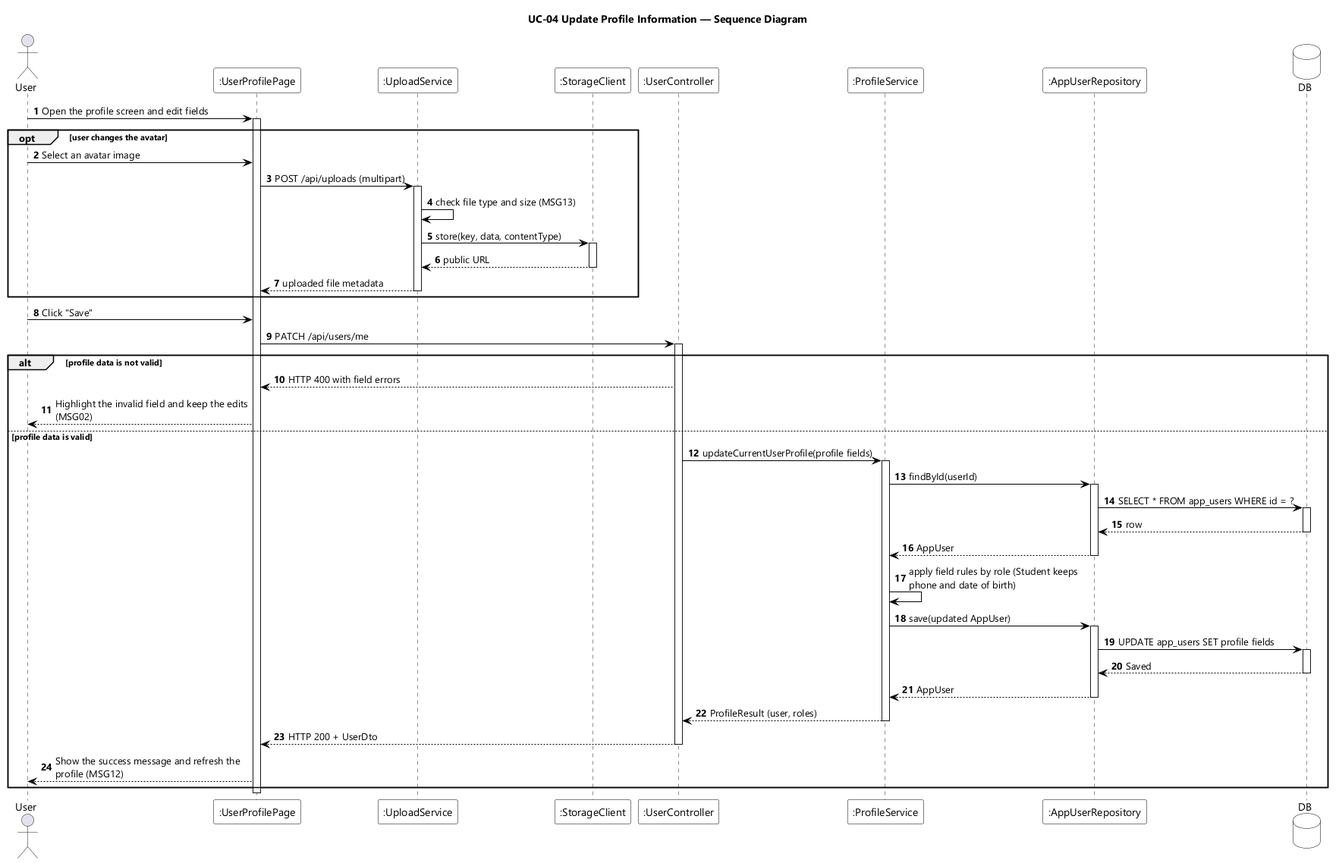
The PlantUML diagram designs/sds-diagrams/uc04/uc04-sequence-diagram.png in EduA-system/EduA-system, before a commit. The source it was exported from:
```plantuml
@startuml UC-04 Update Profile Information - Sequence Diagram
skinparamlocked dpi 96
skinparam defaultFontName "Segoe UI"
skinparam shadowing false
skinparam ParticipantBackgroundColor #FFFFFF
skinparam ParticipantBorderColor #000000
skinparam DatabaseBackgroundColor #FFFFFF
skinparam DatabaseBorderColor #000000
skinparam ArrowColor #000000
skinparam sequenceMessageAlign left
skinparam maxMessageSize 260
title UC-04 Update Profile Information — Sequence Diagram

actor User
participant ":UserProfilePage" as UI
participant ":UploadService" as UPSVC
participant ":StorageClient" as STORE
participant ":UserController" as CTL
participant ":ProfileService" as SVC
participant ":AppUserRepository" as USERS
database DB

autonumber
User -> UI : Open the profile screen and edit fields
activate UI

opt user changes the avatar
  User -> UI : Select an avatar image
  UI -> UPSVC : POST /api/uploads (multipart)
  activate UPSVC
  UPSVC -> UPSVC : check file type and size (MSG13)
  UPSVC -> STORE : store(key, data, contentType)
  activate STORE
  STORE --> UPSVC : public URL
  deactivate STORE
  UPSVC --> UI : uploaded file metadata
  deactivate UPSVC
end

User -> UI : Click "Save"
UI -> CTL : PATCH /api/users/me
activate CTL

alt profile data is not valid
  CTL --> UI : HTTP 400 with field errors
  UI --> User : Highlight the invalid field and keep the edits (MSG02)
else profile data is valid
  CTL -> SVC : updateCurrentUserProfile(profile fields)
  activate SVC
  SVC -> USERS : findById(userId)
  activate USERS
  USERS -> DB : SELECT * FROM app_users WHERE id = ?
  activate DB
  DB --> USERS : row
  deactivate DB
  USERS --> SVC : AppUser
  deactivate USERS
  SVC -> SVC : apply field rules by role (Student keeps phone and date of birth)
  SVC -> USERS : save(updated AppUser)
  activate USERS
  USERS -> DB : UPDATE app_users SET profile fields
  activate DB
  DB --> USERS : Saved
  deactivate DB
  USERS --> SVC : AppUser
  deactivate USERS
  SVC --> CTL : ProfileResult (user, roles)
  deactivate SVC
  CTL --> UI : HTTP 200 + UserDto
  deactivate CTL
  UI --> User : Show the success message and refresh the profile (MSG12)
end
deactivate UI
@enduml
```
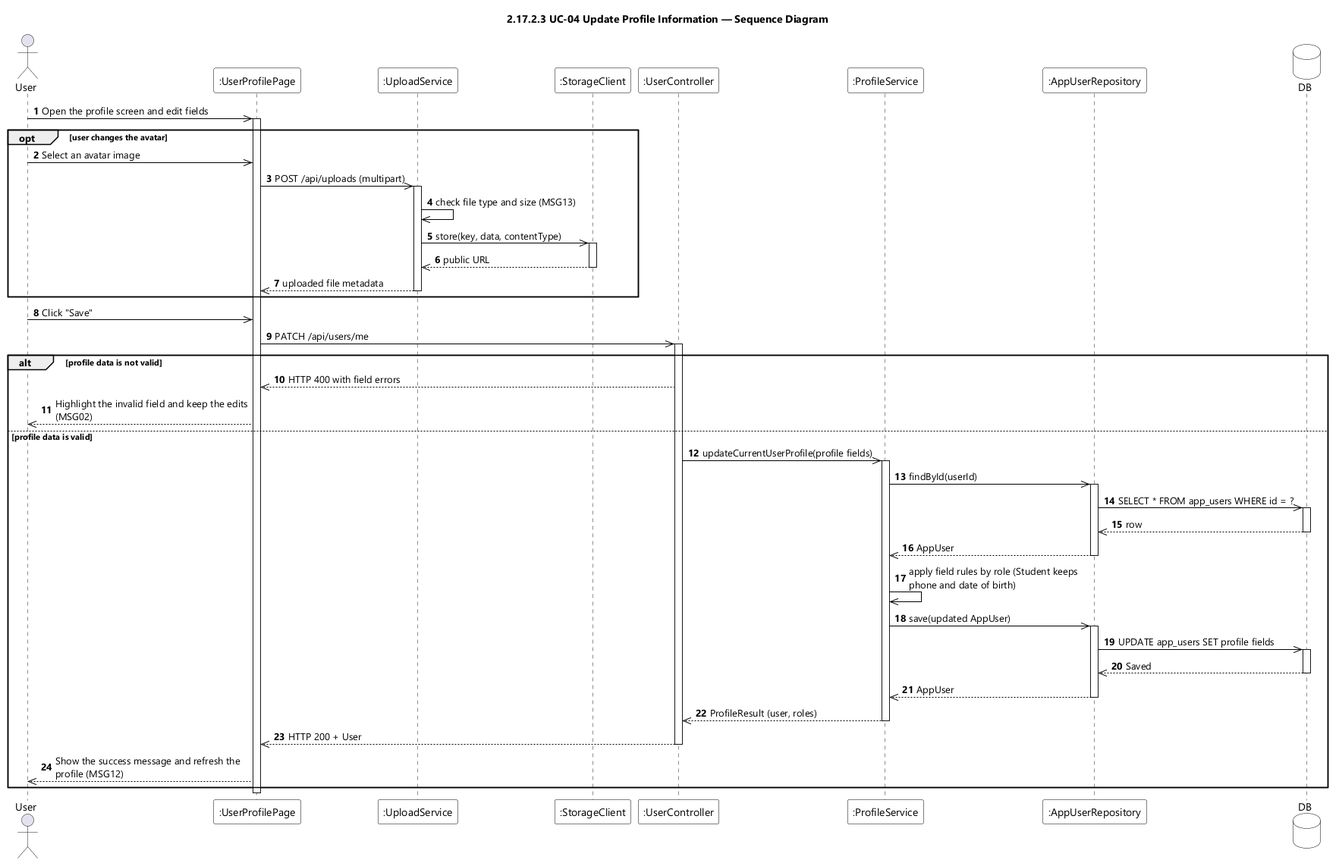
After the commit.

The edit, as a diff of the source:
```diff
@@ -9,7 +9,7 @@
 skinparam ArrowColor #000000
 skinparam sequenceMessageAlign left
 skinparam maxMessageSize 260
-title UC-04 Update Profile Information — Sequence Diagram
+title 2.17.2.3 UC-04 Update Profile Information — Sequence Diagram
 
 actor User
 participant ":UserProfilePage" as UI
@@ -21,54 +21,54 @@
 database DB
 
 autonumber
-User -> UI : Open the profile screen and edit fields
+User ->> UI : Open the profile screen and edit fields
 activate UI
 
 opt user changes the avatar
-  User -> UI : Select an avatar image
-  UI -> UPSVC : POST /api/uploads (multipart)
+  User ->> UI : Select an avatar image
+  UI ->> UPSVC : POST /api/uploads (multipart)
   activate UPSVC
-  UPSVC -> UPSVC : check file type and size (MSG13)
-  UPSVC -> STORE : store(key, data, contentType)
+  UPSVC ->> UPSVC : check file type and size (MSG13)
+  UPSVC ->> STORE : store(key, data, contentType)
   activate STORE
-  STORE --> UPSVC : public URL
+  STORE -->> UPSVC : public URL
   deactivate STORE
-  UPSVC --> UI : uploaded file metadata
+  UPSVC -->> UI : uploaded file metadata
   deactivate UPSVC
 end
 
-User -> UI : Click "Save"
-UI -> CTL : PATCH /api/users/me
+User ->> UI : Click "Save"
+UI ->> CTL : PATCH /api/users/me
 activate CTL
 
 alt profile data is not valid
-  CTL --> UI : HTTP 400 with field errors
-  UI --> User : Highlight the invalid field and keep the edits (MSG02)
+  CTL -->> UI : HTTP 400 with field errors
+  UI -->> User : Highlight the invalid field and keep the edits (MSG02)
 else profile data is valid
-  CTL -> SVC : updateCurrentUserProfile(profile fields)
+  CTL ->> SVC : updateCurrentUserProfile(profile fields)
   activate SVC
-  SVC -> USERS : findById(userId)
+  SVC ->> USERS : findById(userId)
   activate USERS
-  USERS -> DB : SELECT * FROM app_users WHERE id = ?
+  USERS ->> DB : SELECT * FROM app_users WHERE id = ?
   activate DB
-  DB --> USERS : row
+  DB -->> USERS : row
   deactivate DB
-  USERS --> SVC : AppUser
+  USERS -->> SVC : AppUser
   deactivate USERS
-  SVC -> SVC : apply field rules by role (Student keeps phone and date of birth)
-  SVC -> USERS : save(updated AppUser)
+  SVC ->> SVC : apply field rules by role (Student keeps phone and date of birth)
+  SVC ->> USERS : save(updated AppUser)
   activate USERS
-  USERS -> DB : UPDATE app_users SET profile fields
+  USERS ->> DB : UPDATE app_users SET profile fields
   activate DB
-  DB --> USERS : Saved
+  DB -->> USERS : Saved
   deactivate DB
-  USERS --> SVC : AppUser
+  USERS -->> SVC : AppUser
   deactivate USERS
-  SVC --> CTL : ProfileResult (user, roles)
+  SVC -->> CTL : ProfileResult (user, roles)
   deactivate SVC
-  CTL --> UI : HTTP 200 + UserDto
+  CTL -->> UI : HTTP 200 + User
   deactivate CTL
-  UI --> User : Show the success message and refresh the profile (MSG12)
+  UI -->> User : Show the success message and refresh the profile (MSG12)
 end
 deactivate UI
 @enduml
```
